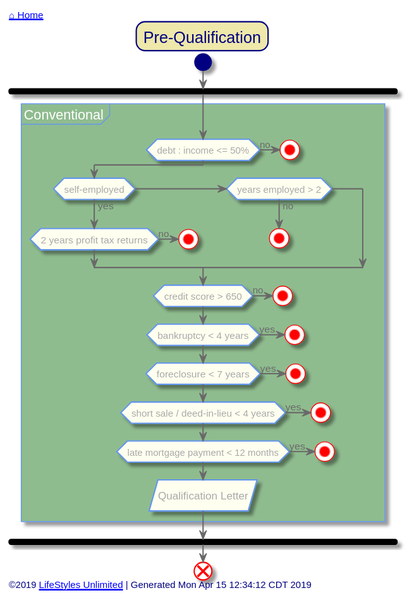
Before: out/src/single-family/pre-qualification.svg, a diagram exported from PlantUML (toddmo/lifestylesunlimited). Source of this version:
```plantuml
@startuml pre-qualification


skinparam {
  BorderColor Red
  PathHoverColor Blue
}

skinparam Title {
  FontColor Navy
  BackgroundColor PaleGoldenRod
  BorderColor Navy
  BorderRoundCorner 20
}

skinparam activity {
  BackgroundColor Ivory
  BorderColor CornflowerBlue
  FontColor DarkGray

  Arrow {
    Color dimgray
    FontColor dimgray
  }

  Start {
    Color Navy
  }

  End {
    Color Red
  }

  Diamond {
    BackgroundColor Ivory
    BorderColor CornflowerBlue
    FontColor DarkGray
  }

  BackgroundColor<< Exception >> Red
	BorderColor<< Exception >> White
}

skinparam Swimlane {
  BorderColor CornflowerBlue
}

skinparam Partition {
  BackgroundColor DarkSeaGreen
  BorderColor CornflowerBlue
  BorderThickness 1
  FontColor White
  FontSize 16
}
skinparam Note {
  BackgroundColor LightSteelBlue
  BorderColor CornflowerBlue
  FontColor White
}

skinparam Footer {
  FontColor Navy
}


left header
	<font color=Navy>[[../index.svg ⌂ Home]]</font>
endheader


	Title Pre-Qualification

	start

  fork

  partition Conventional {

    if(debt : income <= 50%) then(no)
      stop
    endif

    if(self-employed) then (yes)
      if(2 years profit tax returns) then(no)
        stop
      endif
    elseif(years employed > 2) then(no)
      stop
    endif

    if(credit score > 650) then(no)
      stop
    endif
    if(bankruptcy < 4 years) then(yes)
      stop
    endif
    if(foreclosure < 7 years) then(yes)
      stop
    endif
    if(short sale / deed-in-lieu < 4 years) then(yes)
      stop
    endif
    if(late mortgage payment < 12 months) then(yes)
      stop
    endif

    :Qualification Letter/

  }

  end fork

  end

left footer
	©2019 [[http://www.lifestylesunlimited.com LifeStyles Unlimited]] | Generated Mon Apr 15 12:34:12 CDT 2019
endfooter


@enduml
```
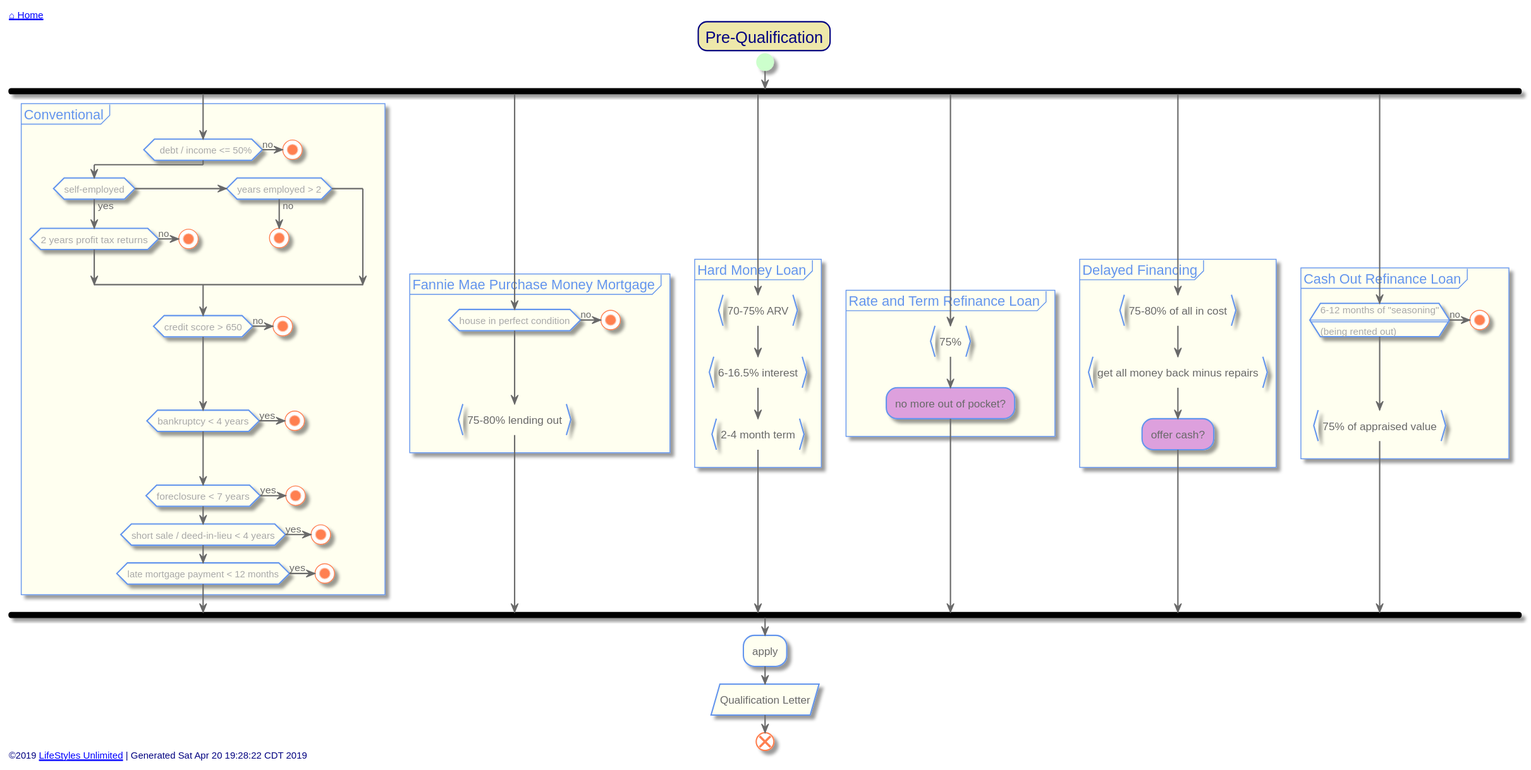
The same file after the commit.

Diff of the diagram source:
```diff
@@ -16,7 +16,8 @@
 skinparam activity {
   BackgroundColor Ivory
   BorderColor CornflowerBlue
-  FontColor DarkGray
+  FontColor DimGray
+
 
   Arrow {
     Color dimgray
@@ -24,11 +25,11 @@
   }
 
   Start {
-    Color Navy
+    Color PHYSICAL
   }
 
   End {
-    Color Red
+    Color Coral
   }
 
   Diamond {
@@ -46,13 +47,21 @@
 }
 
 skinparam Partition {
-  BackgroundColor DarkSeaGreen
+  BackgroundColor Ivory
   BorderColor CornflowerBlue
   BorderThickness 1
+  FontColor CornflowerBlue
+  FontSize 16
+  BorderRoundCorner 20
+}
+
+skinparam Note {
+  BackgroundColor LightSteelBlue
+  BorderColor CornflowerBlue
   FontColor White
-  FontSize 16
 }
-skinparam Note {
+
+skinparam Legend {
   BackgroundColor LightSteelBlue
   BorderColor CornflowerBlue
   FontColor White
@@ -74,46 +83,84 @@
 
   fork
 
-  partition Conventional {
+    partition Conventional {
 
-    if(debt : income <= 50%) then(no)
-      stop
-    endif
-
-    if(self-employed) then (yes)
-      if(2 years profit tax returns) then(no)
+      if(  debt / income <= 50%) then(no)
         stop
       endif
-    elseif(years employed > 2) then(no)
-      stop
-    endif
 
-    if(credit score > 650) then(no)
-      stop
-    endif
-    if(bankruptcy < 4 years) then(yes)
-      stop
-    endif
-    if(foreclosure < 7 years) then(yes)
-      stop
-    endif
-    if(short sale / deed-in-lieu < 4 years) then(yes)
-      stop
-    endif
-    if(late mortgage payment < 12 months) then(yes)
-      stop
-    endif
+      if(self-employed) then (yes)
+        if(2 years profit tax returns) then(no)
+          stop
+        endif
+      elseif(years employed > 2) then(no)
+        stop
+      endif
 
-    :Qualification Letter/
+      if(credit score > 650) then(no)
+        stop
+      endif
+      if(bankruptcy < 4 years) then(yes)
+        stop
+      endif
+      if(foreclosure < 7 years) then(yes)
+        stop
+      endif
+      if(short sale / deed-in-lieu < 4 years) then(yes)
+        stop
+      endif
+      if(late mortgage payment < 12 months) then(yes)
+        stop
+      endif
 
-  }
+    }
 
+  fork again
+    partition "Fannie Mae Purchase Money Mortgage" {
+      if(house in perfect condition) then (no)
+        stop
+      endif
+      :75-80% lending out}
+    }
+
+  fork again
+    partition "Hard Money Loan" {
+      :70-75% ARV}
+      :6-16.5% interest}
+      :2-4 month term}
+    }
+
+  fork again
+    partition "Rate and Term Refinance Loan" {
+      :75%}
+      #Plum:no more out of pocket?;
+    }
+
+  fork again
+    partition "Delayed Financing" {
+      :75-80% of all in cost}
+      :get all money back minus repairs}
+      #Plum:offer cash?;
+    }
+
+  fork again
+    partition "Cash Out Refinance Loan" {
+      if(6-12 months of "seasoning"\n====\n(being rented out)) then (no)
+        stop
+      endif
+      :75% of appraised value}
+    }
   end fork
+
+  :apply;
+
+  :Qualification Letter/
 
   end
 
+
 left footer
-	©2019 [[http://www.lifestylesunlimited.com LifeStyles Unlimited]] | Generated Mon Apr 15 12:34:12 CDT 2019
+	©2019 [[http://www.lifestylesunlimited.com LifeStyles Unlimited]] | Generated Sat Apr 20 19:28:22 CDT 2019
 endfooter
 
 
```
